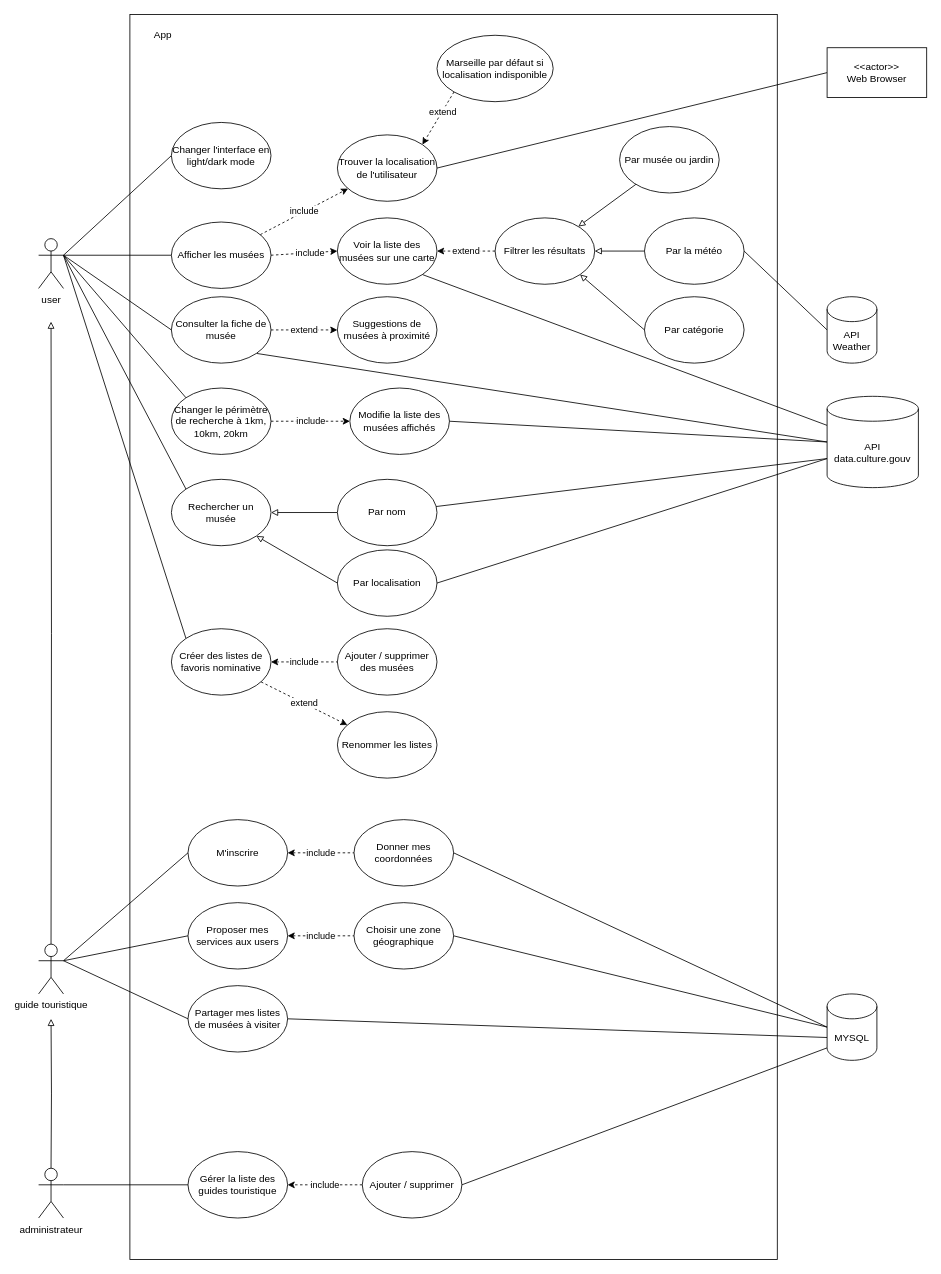
This is use_case.drawio from vamos91/2023-05-JS-AIX-P2, a draw.io file, before an edit. Source tidied: cells renumbered, new cells numbered last; positions are measured from the earlier drawing's top-left corner, leaving out a move shared by most shapes. Both pictures are drawn from the tidied source at 83%, with x=0, y=0 at pixel (38, 14).
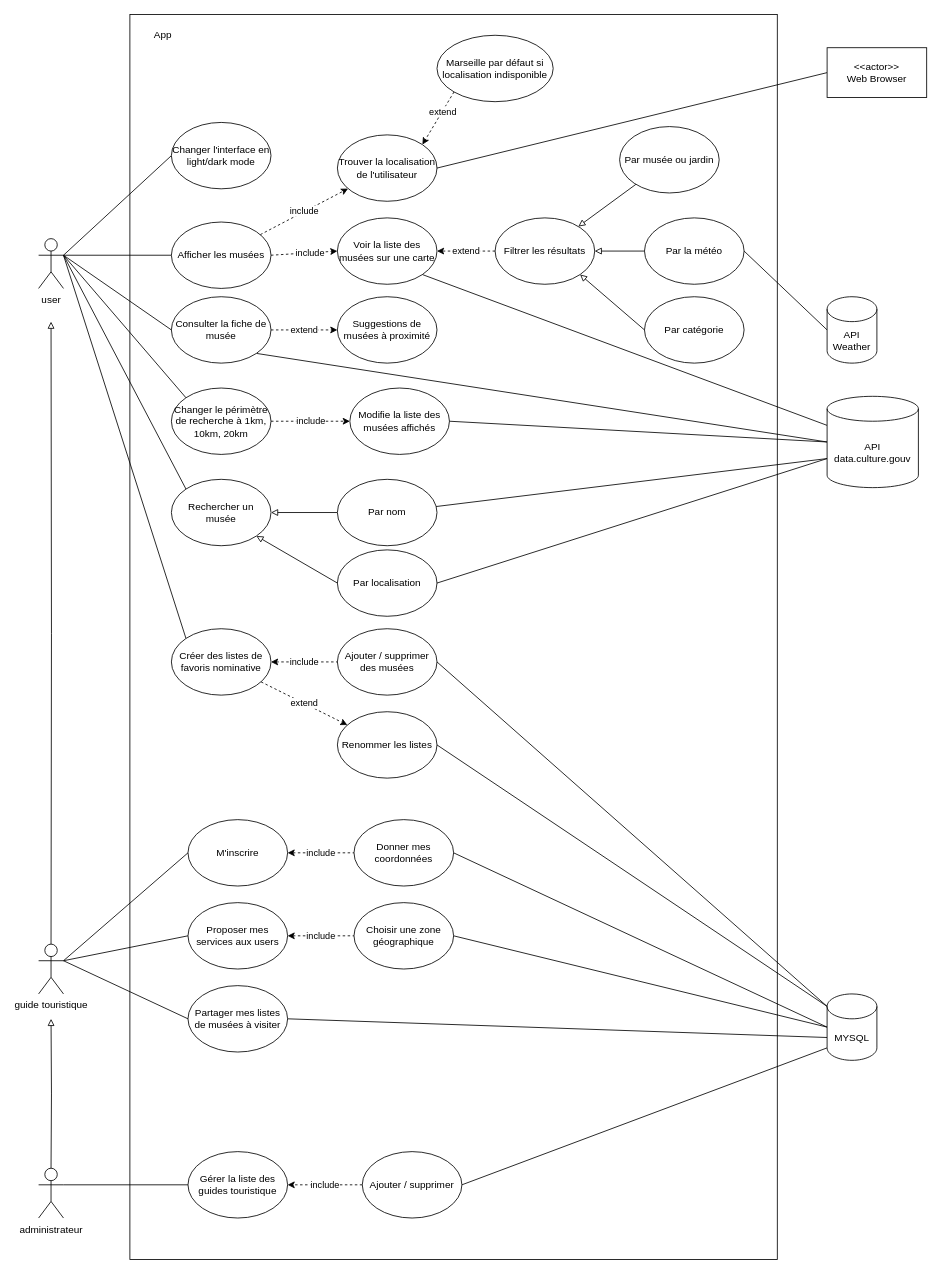
The same page after the edit.

The change refers to these unchanged cells:
```xml
<mxCell id="49" value="Ajouter / supprimer des musées" style="ellipse;whiteSpace=wrap;html=1;" parent="1" vertex="1">
  <mxGeometry x="360" y="740" width="120" height="80" as="geometry" />
</mxCell>
<mxCell id="50" value="Renommer les listes" style="ellipse;whiteSpace=wrap;html=1;" parent="1" vertex="1">
  <mxGeometry x="360" y="840" width="120" height="80" as="geometry" />
</mxCell>
<mxCell id="77" value="MYSQL" style="shape=cylinder3;whiteSpace=wrap;html=1;boundedLbl=1;backgroundOutline=1;size=15;" parent="1" vertex="1">
  <mxGeometry x="950" y="1180" width="60" height="80" as="geometry" />
</mxCell>
```

Change to the diagram source:
```diff
@@
+    <mxCell id="78" style="rounded=0;jettySize=auto;html=1;exitX=1;exitY=0.5;exitDx=0;exitDy=0;entryX=0;entryY=0;entryDx=0;entryDy=15;entryPerimeter=0;endArrow=none;endFill=0;" parent="1" edge="1" source="49" target="77">
+      <mxGeometry relative="1" as="geometry" />
+    </mxCell>
@@
+    <mxCell id="79" style="rounded=0;jettySize=auto;html=1;exitX=0;exitY=0;exitDx=0;exitDy=15;exitPerimeter=0;entryX=1;entryY=0.5;entryDx=0;entryDy=0;endArrow=none;endFill=0;" parent="1" edge="1" source="77" target="50">
+      <mxGeometry relative="1" as="geometry" />
+    </mxCell>
```
